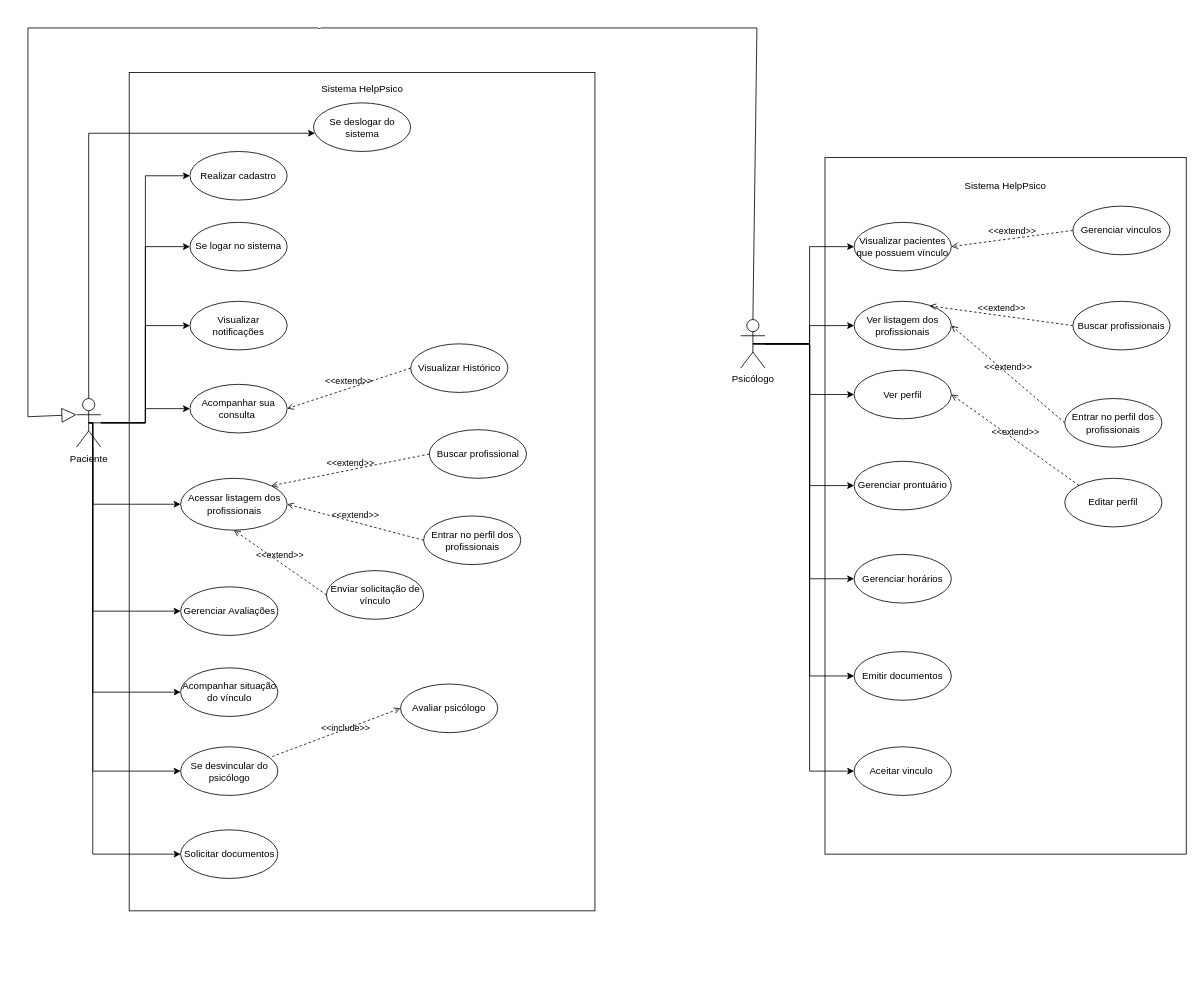
Above: Diagrama de caso de uso.drawio in LiraTecnologic/helppsico-documentacao (draw.io), before the change. Source tidied: cells renumbered, new cells numbered last; positions are measured from the earlier drawing's top-left corner, leaving out a move shared by most shapes. Both pictures are drawn from the tidied source at 81%, with x=0, y=0 at pixel (28, 28).
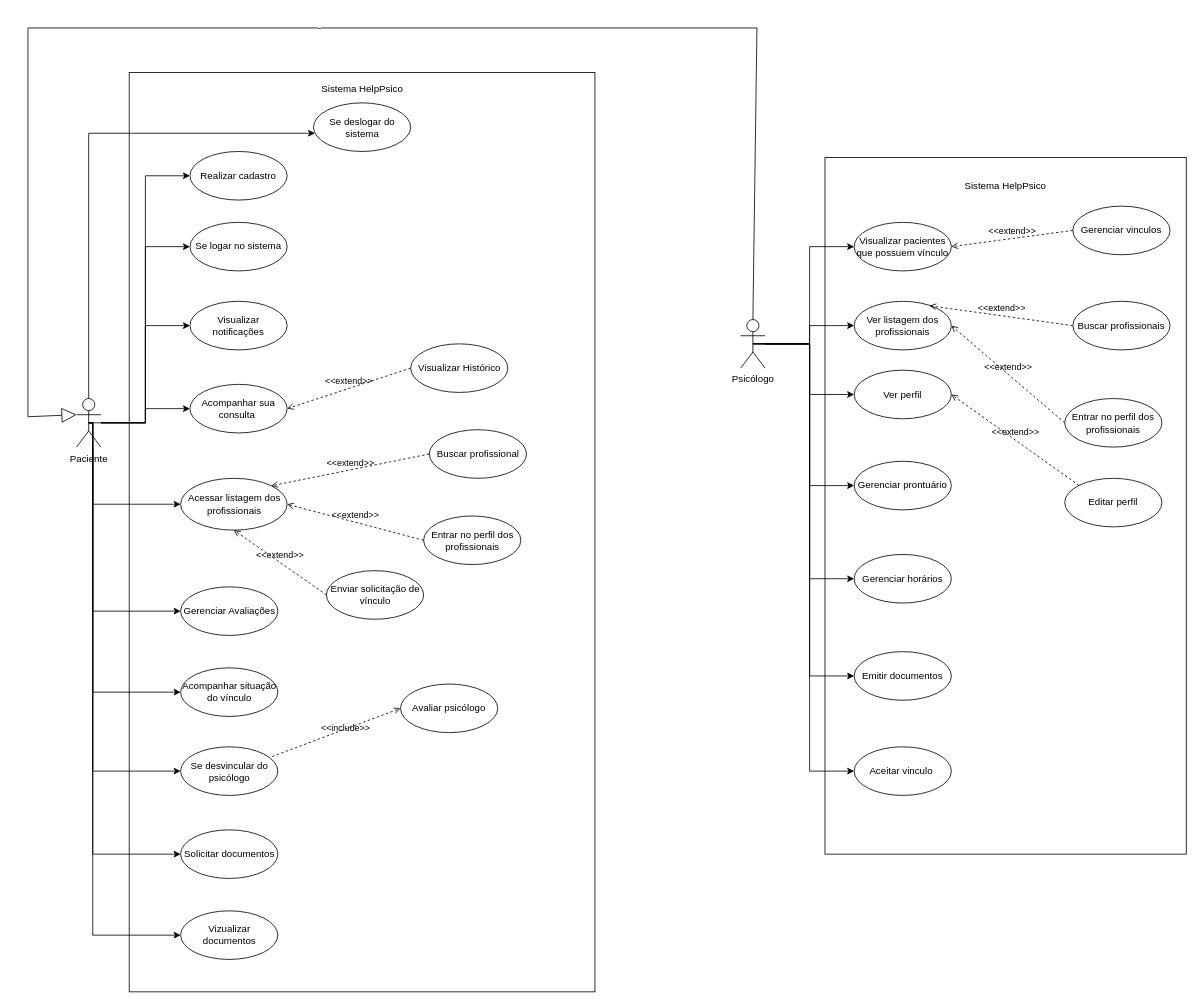
Above is the later version.

Commit message (it also covers changes not shown here):
#DTR02:docs/Finalizando a parte diagrama de sequências do paciente e corrigindo os caso de usos

Unchanged cells that the change refers to:
```xml
<mxCell id="9" value="Paciente" style="shape=umlActor;verticalLabelPosition=bottom;verticalAlign=top;html=1;outlineConnect=0;" parent="1" vertex="1">
  <mxGeometry x="60" y="457.5" width="30" height="60" as="geometry" />
</mxCell>
```

What changed in the source:
```diff
@@
     <mxCell id="2" style="rounded=0;whiteSpace=wrap;html=1;" parent="1" vertex="1">
-      <mxGeometry x="125" y="55" width="575" height="1035" as="geometry" />
+      <mxGeometry x="125" y="55" width="575" height="1135" as="geometry" />
     </mxCell>
@@
+    <mxCell id="61" value="Vizualizar documentos" style="ellipse;whiteSpace=wrap;html=1;" parent="1" vertex="1">
+      <mxGeometry x="188.5" y="1090" width="120" height="60" as="geometry" />
+    </mxCell>
+    <mxCell id="62" style="edgeStyle=orthogonalEdgeStyle;rounded=0;jettySize=auto;html=1;entryX=0;entryY=0.5;entryDx=0;entryDy=0;exitX=0.5;exitY=0.5;exitDx=0;exitDy=0;exitPerimeter=0;" parent="1" edge="1" source="9" target="61">
+      <mxGeometry relative="1" as="geometry">
+        <Array as="points">
+          <mxPoint x="80" y="488" />
+          <mxPoint x="80" y="1120" />
+        </Array>
+      </mxGeometry>
+    </mxCell>
```
